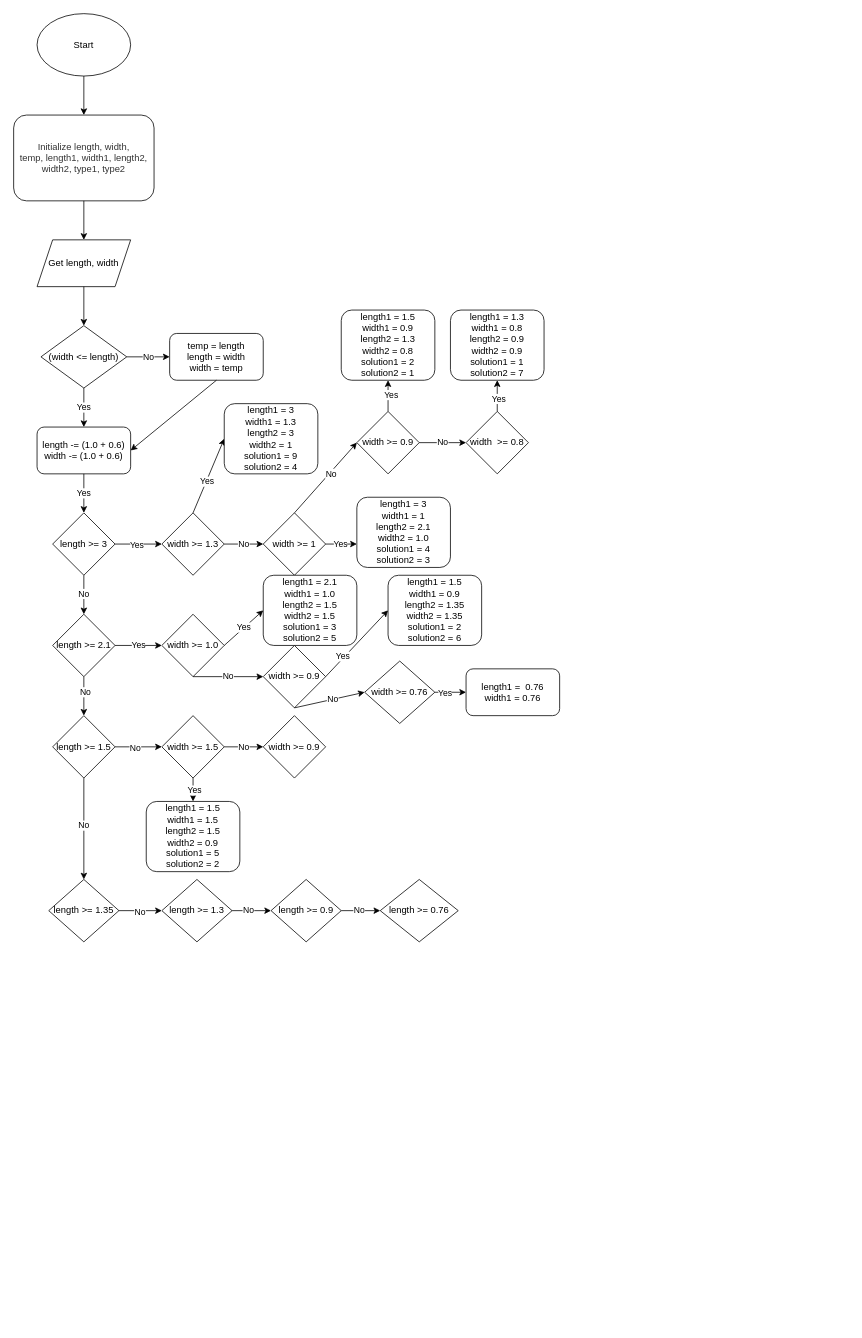
This is Untitled Diagram.drawio from rinsukiyo/CPT111-Assignment, a draw.io file, before an edit. Source tidied: cells renumbered, new cells numbered last; positions are measured from the earlier drawing's top-left corner, leaving out a move shared by most shapes. Both pictures are drawn from the tidied source at 78%, with x=0, y=0 at pixel (13, 13).
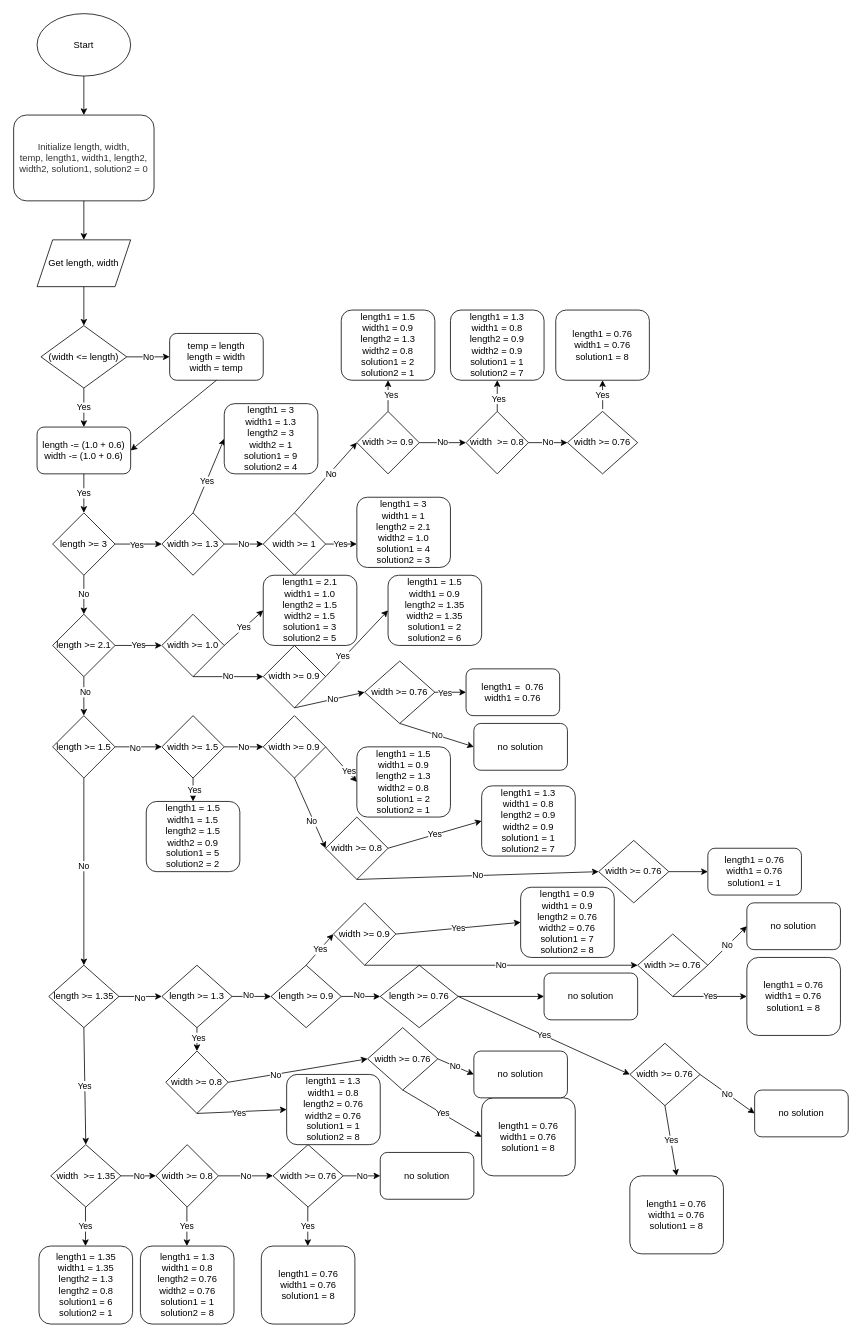
Above is the later version.

The change refers to these unchanged cells:
```xml
<mxCell id="56" value="width &amp;gt;= 0.76" style="rhombus;whiteSpace=wrap;html=1;" parent="1" vertex="1">
  <mxGeometry x="450" y="830" width="90" height="80" as="geometry" />
</mxCell>
<mxCell id="64" value="width &amp;gt;= 0.9" style="rhombus;whiteSpace=wrap;html=1;" parent="1" vertex="1">
  <mxGeometry x="320" y="900" width="80" height="80" as="geometry" />
</mxCell>
<mxCell id="72" value="width &amp;nbsp;&amp;gt;= 0.8" style="rhombus;whiteSpace=wrap;html=1;" parent="1" vertex="1">
  <mxGeometry x="580" y="510" width="80" height="80" as="geometry" />
</mxCell>
```

Diff of the diagram source:
```diff
@@
-    <mxCell id="3" value="&lt;span data-lucid-content=&quot;{&amp;#34;t&amp;#34;:&amp;#34;Initialize length, width, temp, length1, width1, length2, width2, type1, type2&amp;#34;,&amp;#34;m&amp;#34;:[{&amp;#34;s&amp;#34;:0,&amp;#34;n&amp;#34;:&amp;#34;a&amp;#34;,&amp;#34;v&amp;#34;:&amp;#34;center&amp;#34;},{&amp;#34;s&amp;#34;:0,&amp;#34;n&amp;#34;:&amp;#34;f&amp;#34;,&amp;#34;v&amp;#34;:&amp;#34;Liberation Serif&amp;#34;,&amp;#34;e&amp;#34;:78},{&amp;#34;s&amp;#34;:0,&amp;#34;n&amp;#34;:&amp;#34;c&amp;#34;,&amp;#34;v&amp;#34;:&amp;#34;333333ff&amp;#34;,&amp;#34;e&amp;#34;:78}]}&quot;&gt;&lt;span style=&quot;text-align: center ; color: rgb(51 , 51 , 51)&quot;&gt;Initialize length, width,&lt;br&gt;temp, length1, width1, length2, width2, type1, type2&lt;/span&gt;&lt;/span&gt;" style="rounded=1;whiteSpace=wrap;html=1;" parent="1" vertex="1">
+    <mxCell id="3" value="&lt;span data-lucid-content=&quot;{&amp;#34;t&amp;#34;:&amp;#34;Initialize length, width, temp, length1, width1, length2, width2, type1, type2&amp;#34;,&amp;#34;m&amp;#34;:[{&amp;#34;s&amp;#34;:0,&amp;#34;n&amp;#34;:&amp;#34;a&amp;#34;,&amp;#34;v&amp;#34;:&amp;#34;center&amp;#34;},{&amp;#34;s&amp;#34;:0,&amp;#34;n&amp;#34;:&amp;#34;f&amp;#34;,&amp;#34;v&amp;#34;:&amp;#34;Liberation Serif&amp;#34;,&amp;#34;e&amp;#34;:78},{&amp;#34;s&amp;#34;:0,&amp;#34;n&amp;#34;:&amp;#34;c&amp;#34;,&amp;#34;v&amp;#34;:&amp;#34;333333ff&amp;#34;,&amp;#34;e&amp;#34;:78}]}&quot;&gt;&lt;span style=&quot;text-align: center ; color: rgb(51 , 51 , 51)&quot;&gt;Initialize length, width,&lt;br&gt;temp, length1, width1, length2, width2, solution1, solution2 = 0&lt;/span&gt;&lt;/span&gt;" style="rounded=1;whiteSpace=wrap;html=1;" parent="1" vertex="1">
       <mxGeometry y="130" width="180" height="110" as="geometry" />
     </mxCell>
@@
     <mxCell id="29" value="length &amp;gt;= 1.35" style="rhombus;whiteSpace=wrap;html=1;" parent="1" vertex="1">
-      <mxGeometry x="45" y="1110" width="90" height="80" as="geometry" />
+      <mxGeometry x="45" y="1220" width="90" height="80" as="geometry" />
     </mxCell>
@@
     <mxCell id="32" value="length &amp;gt;= 1.3" style="rhombus;whiteSpace=wrap;html=1;" parent="1" vertex="1">
-      <mxGeometry x="190" y="1110" width="90" height="80" as="geometry" />
+      <mxGeometry x="190" y="1220" width="90" height="80" as="geometry" />
     </mxCell>
-    <mxCell id="33" style="endArrow=classic;html=1;rounded=0;exitX=1;exitY=0.5;exitDx=0;exitDy=0;" parent="1" edge="1" source="32" target="35">
+    <mxCell id="33" style="endArrow=classic;html=1;rounded=0;exitX=1;exitY=0.5;exitDx=0;exitDy=0;entryX=0;entryY=0.5;entryDx=0;entryDy=0;" parent="1" edge="1" source="32" target="35">
       <mxGeometry relative="1" as="geometry" />
     </mxCell>
@@
-    <mxCell id="35" value="length &amp;gt;= 0.9" style="rhombus;whiteSpace=wrap;html=1;" parent="1" vertex="1">
-      <mxGeometry x="330" y="1110" width="90" height="80" as="geometry" />
-    </mxCell>
-    <mxCell id="36" style="endArrow=classic;html=1;rounded=0;exitX=1;exitY=0.5;exitDx=0;exitDy=0;" parent="1" edge="1" source="35" target="38">
+    <mxCell id="36" style="endArrow=classic;html=1;rounded=0;exitX=1;exitY=0.5;exitDx=0;exitDy=0;entryX=0;entryY=0.5;entryDx=0;entryDy=0;" parent="1" edge="1" source="35" target="38">
       <mxGeometry relative="1" as="geometry" />
     </mxCell>
@@
     <mxCell id="38" value="length &amp;gt;= 0.76" style="rhombus;whiteSpace=wrap;html=1;" parent="1" vertex="1">
-      <mxGeometry x="470" y="1110" width="100" height="80" as="geometry" />
+      <mxGeometry x="470" y="1220" width="100" height="80" as="geometry" />
     </mxCell>
@@
+    <mxCell id="79" value="No" style="endArrow=classic;html=1;rounded=0;exitX=1;exitY=0.5;exitDx=0;exitDy=0;" parent="1" edge="1" source="72">
+      <mxGeometry relative="1" as="geometry">
+        <mxPoint x="710" y="550" as="targetPoint" />
+      </mxGeometry>
+    </mxCell>
+    <mxCell id="80" value="width &amp;gt;= 0.76" style="rhombus;whiteSpace=wrap;html=1;" parent="1" vertex="1">
+      <mxGeometry x="710" y="510" width="90" height="80" as="geometry" />
+    </mxCell>
+    <mxCell id="81" value="Yes" style="endArrow=classic;html=1;rounded=0;exitX=0.502;exitY=-0.039;exitDx=0;exitDy=0;exitPerimeter=0;" parent="1" edge="1" source="80">
+      <mxGeometry relative="1" as="geometry">
+        <mxPoint x="755" y="470" as="targetPoint" />
+      </mxGeometry>
+    </mxCell>
+    <mxCell id="82" value="length1 = 0.76&lt;br&gt;width1 = 0.76&lt;br&gt;solution1 = 8" style="rounded=1;whiteSpace=wrap;html=1;" parent="1" vertex="1">
+      <mxGeometry x="695" y="380" width="120" height="90" as="geometry" />
+    </mxCell>
+    <mxCell id="83" value="No" style="endArrow=classic;html=1;rounded=0;exitX=0.5;exitY=1;exitDx=0;exitDy=0;entryX=0;entryY=0.5;entryDx=0;entryDy=0;" parent="1" edge="1" source="56" target="84">
+      <mxGeometry relative="1" as="geometry" />
+    </mxCell>
+    <mxCell id="84" value="no solution" style="rounded=1;whiteSpace=wrap;html=1;" parent="1" vertex="1">
+      <mxGeometry x="590" y="910" width="120" height="60" as="geometry" />
+    </mxCell>
+    <mxCell id="85" value="width &amp;gt;= 0.8" style="rhombus;whiteSpace=wrap;html=1;" parent="1" vertex="1">
+      <mxGeometry x="400" y="1030" width="80" height="80" as="geometry" />
+    </mxCell>
+    <mxCell id="86" style="endArrow=classic;html=1;rounded=0;exitX=0.5;exitY=1;exitDx=0;exitDy=0;entryX=0;entryY=0.5;entryDx=0;entryDy=0;" parent="1" edge="1" source="64" target="85">
+      <mxGeometry relative="1" as="geometry" />
+    </mxCell>
+    <mxCell id="87" value="No" style="edgeLabel;html=1;align=center;verticalAlign=middle;" parent="86" vertex="1">
+      <mxGeometry x="0.19" y="-3" relative="1" as="geometry" />
+    </mxCell>
+    <mxCell id="88" value="length1 = 1.5&lt;br&gt;width1 = 0.9&lt;br&gt;length2 = 1.3&lt;br&gt;width2 = 0.8&lt;br&gt;solution1 = 2&lt;br&gt;solution2 = 1" style="rounded=1;whiteSpace=wrap;html=1;" parent="1" vertex="1">
+      <mxGeometry x="440" y="940" width="120" height="90" as="geometry" />
+    </mxCell>
+    <mxCell id="89" style="endArrow=classic;html=1;rounded=0;exitX=1;exitY=0.5;exitDx=0;exitDy=0;entryX=0;entryY=0.5;entryDx=0;entryDy=0;" parent="1" edge="1" source="64" target="88">
+      <mxGeometry relative="1" as="geometry" />
+    </mxCell>
+    <mxCell id="90" value="Yes" style="edgeLabel;html=1;align=center;verticalAlign=middle;" parent="89" vertex="1">
+      <mxGeometry x="0.39" y="2" relative="1" as="geometry" />
+    </mxCell>
+    <mxCell id="91" value="Yes" style="endArrow=classic;html=1;rounded=0;exitX=1;exitY=0.5;exitDx=0;exitDy=0;entryX=0;entryY=0.5;entryDx=0;entryDy=0;" parent="1" edge="1" source="85" target="92">
+      <mxGeometry relative="1" as="geometry" />
+    </mxCell>
+    <mxCell id="92" value="length1 = 1.3&lt;br&gt;width1 = 0.8&lt;br&gt;length2 = 0.9&lt;br&gt;width2 = 0.9&lt;br&gt;solution1 = 1&lt;br&gt;solution2 = 7" style="rounded=1;whiteSpace=wrap;html=1;" parent="1" vertex="1">
+      <mxGeometry x="600" y="990" width="120" height="90" as="geometry" />
+    </mxCell>
+    <mxCell id="93" value="No" style="endArrow=classic;html=1;rounded=0;exitX=0.5;exitY=1;exitDx=0;exitDy=0;" parent="1" edge="1" source="85">
+      <mxGeometry relative="1" as="geometry">
+        <mxPoint x="750" y="1100" as="targetPoint" />
+      </mxGeometry>
+    </mxCell>
+    <mxCell id="35" value="length &amp;gt;= 0.9" style="rhombus;whiteSpace=wrap;html=1;" parent="1" vertex="1">
+      <mxGeometry x="330" y="1220" width="90" height="80" as="geometry" />
+    </mxCell>
+    <mxCell id="94" value="width &amp;gt;= 0.76" style="rhombus;whiteSpace=wrap;html=1;" parent="1" vertex="1">
+      <mxGeometry x="750" y="1060" width="90" height="80" as="geometry" />
+    </mxCell>
+    <mxCell id="95" style="endArrow=classic;html=1;rounded=0;exitX=1;exitY=0.5;exitDx=0;exitDy=0;" parent="1" edge="1" source="94">
+      <mxGeometry relative="1" as="geometry">
+        <mxPoint x="890" y="1100" as="targetPoint" />
+      </mxGeometry>
+    </mxCell>
+    <mxCell id="96" value="length1 = 0.76&lt;br&gt;width1 = 0.76&lt;br&gt;solution1 = 1" style="rounded=1;whiteSpace=wrap;html=1;" parent="1" vertex="1">
+      <mxGeometry x="890" y="1070" width="120" height="60" as="geometry" />
+    </mxCell>
+    <mxCell id="97" value="Yes" style="endArrow=classic;html=1;rounded=0;exitX=0.5;exitY=1;exitDx=0;exitDy=0;entryX=0.5;entryY=0;entryDx=0;entryDy=0;" parent="1" edge="1" source="29" target="98">
+      <mxGeometry relative="1" as="geometry" />
+    </mxCell>
+    <mxCell id="98" value="width &amp;nbsp;&amp;gt;= 1.35" style="rhombus;whiteSpace=wrap;html=1;" parent="1" vertex="1">
+      <mxGeometry x="47.5" y="1450" width="90" height="80" as="geometry" />
+    </mxCell>
+    <mxCell id="99" value="No" style="endArrow=classic;html=1;rounded=0;exitX=1;exitY=0.5;exitDx=0;exitDy=0;" parent="1" edge="1" source="98">
+      <mxGeometry relative="1" as="geometry">
+        <mxPoint x="182.5" y="1490" as="targetPoint" />
+      </mxGeometry>
+    </mxCell>
+    <mxCell id="100" value="width &amp;gt;= 0.8" style="rhombus;whiteSpace=wrap;html=1;" parent="1" vertex="1">
+      <mxGeometry x="182.5" y="1450" width="80" height="80" as="geometry" />
+    </mxCell>
+    <mxCell id="101" value="width &amp;gt;= 0.76" style="rhombus;whiteSpace=wrap;html=1;" parent="1" vertex="1">
+      <mxGeometry x="332.5" y="1450" width="90" height="80" as="geometry" />
+    </mxCell>
+    <mxCell id="102" value="No" style="endArrow=classic;html=1;rounded=0;exitX=1;exitY=0.5;exitDx=0;exitDy=0;entryX=0;entryY=0.5;entryDx=0;entryDy=0;" parent="1" edge="1" source="100" target="101">
+      <mxGeometry relative="1" as="geometry" />
+    </mxCell>
+    <mxCell id="103" value="Yes" style="endArrow=classic;html=1;rounded=0;exitX=0.5;exitY=1;exitDx=0;exitDy=0;" parent="1" edge="1">
+      <mxGeometry relative="1" as="geometry">
+        <mxPoint x="92.1" y="1530" as="sourcePoint" />
+        <mxPoint x="92.1" y="1580" as="targetPoint" />
+      </mxGeometry>
+    </mxCell>
+    <mxCell id="104" value="length1 = 1.35&lt;br&gt;width1 = 1.35&lt;br&gt;length2 = 1.3&lt;br&gt;length2 = 0.8&lt;br&gt;solution1 = 6&lt;br&gt;solution2 = 1" style="rounded=1;whiteSpace=wrap;html=1;" parent="1" vertex="1">
+      <mxGeometry x="32.5" y="1580" width="120" height="100" as="geometry" />
+    </mxCell>
+    <mxCell id="105" value="Yes" style="endArrow=classic;html=1;rounded=0;exitX=0.5;exitY=1;exitDx=0;exitDy=0;" parent="1" edge="1">
+      <mxGeometry relative="1" as="geometry">
+        <mxPoint x="222.1" y="1530" as="sourcePoint" />
+        <mxPoint x="222.1" y="1580" as="targetPoint" />
+      </mxGeometry>
+    </mxCell>
+    <mxCell id="106" value="length1 = 1.3&lt;br&gt;width1 = 0.8&lt;br&gt;length2 = 0.76&lt;br&gt;width2 = 0.76&lt;br&gt;solution1 = 1&lt;br&gt;solution2 = 8" style="rounded=1;whiteSpace=wrap;html=1;" parent="1" vertex="1">
+      <mxGeometry x="162.5" y="1580" width="120" height="100" as="geometry" />
+    </mxCell>
+    <mxCell id="107" value="Yes" style="endArrow=classic;html=1;rounded=0;exitX=0.5;exitY=1;exitDx=0;exitDy=0;" parent="1" edge="1">
+      <mxGeometry relative="1" as="geometry">
+        <mxPoint x="377.1" y="1530" as="sourcePoint" />
+        <mxPoint x="377.1" y="1580" as="targetPoint" />
+      </mxGeometry>
+    </mxCell>
+    <mxCell id="108" value="length1 = 0.76&lt;br&gt;width1 = 0.76&lt;br&gt;solution1 = 8" style="rounded=1;whiteSpace=wrap;html=1;" parent="1" vertex="1">
+      <mxGeometry x="317.5" y="1580" width="120" height="100" as="geometry" />
+    </mxCell>
+    <mxCell id="109" value="no solution" style="rounded=1;whiteSpace=wrap;html=1;" parent="1" vertex="1">
+      <mxGeometry x="470" y="1460" width="120" height="60" as="geometry" />
+    </mxCell>
+    <mxCell id="110" value="No" style="endArrow=classic;html=1;rounded=0;exitX=1;exitY=0.5;exitDx=0;exitDy=0;entryX=0;entryY=0.5;entryDx=0;entryDy=0;" parent="1" edge="1" source="101" target="109">
+      <mxGeometry relative="1" as="geometry" />
+    </mxCell>
+    <mxCell id="111" style="endArrow=classic;html=1;rounded=0;exitX=0.5;exitY=1;exitDx=0;exitDy=0;" parent="1" edge="1" source="32">
+      <mxGeometry relative="1" as="geometry">
+        <mxPoint x="235" y="1330" as="targetPoint" />
+      </mxGeometry>
+    </mxCell>
+    <mxCell id="112" value="Yes" style="edgeLabel;html=1;align=center;verticalAlign=middle;" parent="111" vertex="1">
+      <mxGeometry x="-0.18" y="1" relative="1" as="geometry" />
+    </mxCell>
+    <mxCell id="113" value="width &amp;gt;= 0.8" style="rhombus;whiteSpace=wrap;html=1;" parent="1" vertex="1">
+      <mxGeometry x="195" y="1330" width="80" height="80" as="geometry" />
+    </mxCell>
+    <mxCell id="114" style="endArrow=classic;html=1;rounded=0;exitX=0.5;exitY=1;exitDx=0;exitDy=0;entryX=0;entryY=0.5;entryDx=0;entryDy=0;" parent="1" edge="1" source="113" target="116">
+      <mxGeometry relative="1" as="geometry" />
+    </mxCell>
+    <mxCell id="115" value="Yes" style="edgeLabel;html=1;align=center;verticalAlign=middle;" parent="114" vertex="1">
+      <mxGeometry x="-0.08" y="-2" relative="1" as="geometry" />
+    </mxCell>
+    <mxCell id="116" value="length1 = 1.3&lt;br&gt;width1 = 0.8&lt;br&gt;length2 = 0.76&lt;br&gt;width2 = 0.76&lt;br&gt;solution1 = 1&lt;br&gt;solution2 = 8" style="rounded=1;whiteSpace=wrap;html=1;" parent="1" vertex="1">
+      <mxGeometry x="350" y="1360" width="120" height="90" as="geometry" />
+    </mxCell>
+    <mxCell id="117" value="width &amp;gt;= 0.76" style="rhombus;whiteSpace=wrap;html=1;" parent="1" vertex="1">
+      <mxGeometry x="453.8" y="1300" width="90" height="80" as="geometry" />
+    </mxCell>
+    <mxCell id="118" value="Yes" style="endArrow=classic;html=1;rounded=0;exitX=0.5;exitY=1;exitDx=0;exitDy=0;entryX=0;entryY=0.5;entryDx=0;entryDy=0;" parent="1" edge="1" source="117" target="119">
+      <mxGeometry relative="1" as="geometry" />
+    </mxCell>
+    <mxCell id="119" value="length1 = 0.76&lt;br&gt;width1 = 0.76&lt;br&gt;solution1 = 8" style="rounded=1;whiteSpace=wrap;html=1;" parent="1" vertex="1">
+      <mxGeometry x="600" y="1390" width="120" height="100" as="geometry" />
+    </mxCell>
+    <mxCell id="120" value="no solution" style="rounded=1;whiteSpace=wrap;html=1;" parent="1" vertex="1">
+      <mxGeometry x="590" y="1330" width="120" height="60" as="geometry" />
+    </mxCell>
+    <mxCell id="121" style="endArrow=classic;html=1;rounded=0;exitX=1;exitY=0.5;exitDx=0;exitDy=0;entryX=0;entryY=0.5;entryDx=0;entryDy=0;" parent="1" edge="1" source="117" target="120">
+      <mxGeometry relative="1" as="geometry" />
+    </mxCell>
+    <mxCell id="122" value="No" style="edgeLabel;html=1;align=center;verticalAlign=middle;" parent="121" vertex="1">
+      <mxGeometry x="-0.05" relative="1" as="geometry" />
+    </mxCell>
+    <mxCell id="123" style="endArrow=classic;html=1;rounded=0;exitX=1;exitY=0.5;exitDx=0;exitDy=0;entryX=0;entryY=0.5;entryDx=0;entryDy=0;" parent="1" edge="1" source="113" target="117">
+      <mxGeometry relative="1" as="geometry" />
+    </mxCell>
+    <mxCell id="124" value="No" style="edgeLabel;html=1;align=center;verticalAlign=middle;" parent="123" vertex="1">
+      <mxGeometry x="-0.33" y="-1" relative="1" as="geometry" />
+    </mxCell>
+    <mxCell id="125" value="Yes" style="endArrow=classic;html=1;rounded=0;exitX=0.5;exitY=0;exitDx=0;exitDy=0;entryX=0;entryY=0.5;entryDx=0;entryDy=0;" parent="1" edge="1" source="35" target="126">
+      <mxGeometry relative="1" as="geometry" />
+    </mxCell>
+    <mxCell id="126" value="width &amp;gt;= 0.9" style="rhombus;whiteSpace=wrap;html=1;" parent="1" vertex="1">
+      <mxGeometry x="410" y="1140" width="80" height="80" as="geometry" />
+    </mxCell>
+    <mxCell id="127" value="length1 = 0.9&lt;br&gt;width1 = 0.9&lt;br&gt;length2 = 0.76&lt;br&gt;width2 = 0.76&lt;br&gt;solution1 = 7&lt;br&gt;solution2 = 8" style="rounded=1;whiteSpace=wrap;html=1;" parent="1" vertex="1">
+      <mxGeometry x="650" y="1120" width="120" height="90" as="geometry" />
+    </mxCell>
+    <mxCell id="128" value="No" style="endArrow=classic;html=1;rounded=0;entryX=0;entryY=0.5;entryDx=0;entryDy=0;exitX=0.5;exitY=1;exitDx=0;exitDy=0;" parent="1" edge="1" source="126" target="129">
+      <mxGeometry relative="1" as="geometry" />
+    </mxCell>
+    <mxCell id="129" value="width &amp;gt;= 0.76" style="rhombus;whiteSpace=wrap;html=1;" parent="1" vertex="1">
+      <mxGeometry x="800" y="1180" width="90" height="80" as="geometry" />
+    </mxCell>
+    <mxCell id="130" value="Yes" style="endArrow=classic;html=1;rounded=0;exitX=0.5;exitY=1;exitDx=0;exitDy=0;entryX=0;entryY=0.5;entryDx=0;entryDy=0;" parent="1" edge="1" source="129" target="131">
+      <mxGeometry relative="1" as="geometry" />
+    </mxCell>
+    <mxCell id="131" value="length1 = 0.76&lt;br&gt;width1 = 0.76&lt;br&gt;solution1 = 8" style="rounded=1;whiteSpace=wrap;html=1;" parent="1" vertex="1">
+      <mxGeometry x="940" y="1210" width="120" height="100" as="geometry" />
+    </mxCell>
+    <mxCell id="132" value="no solution" style="rounded=1;whiteSpace=wrap;html=1;" parent="1" vertex="1">
+      <mxGeometry x="940" y="1140" width="120" height="60" as="geometry" />
+    </mxCell>
+    <mxCell id="133" value="No" style="endArrow=classic;html=1;rounded=0;exitX=1;exitY=0.5;exitDx=0;exitDy=0;entryX=0;entryY=0.5;entryDx=0;entryDy=0;" parent="1" edge="1" source="129" target="132">
+      <mxGeometry relative="1" as="geometry" />
+    </mxCell>
+    <mxCell id="134" value="Yes" style="endArrow=classic;html=1;rounded=0;exitX=1;exitY=0.5;exitDx=0;exitDy=0;entryX=0;entryY=0.5;entryDx=0;entryDy=0;" parent="1" edge="1" source="126" target="127">
+      <mxGeometry relative="1" as="geometry" />
+    </mxCell>
+    <mxCell id="135" value="width &amp;gt;= 0.76" style="rhombus;whiteSpace=wrap;html=1;" parent="1" vertex="1">
+      <mxGeometry x="790" y="1320" width="90" height="80" as="geometry" />
+    </mxCell>
+    <mxCell id="136" value="Yes" style="endArrow=classic;html=1;rounded=0;exitX=0.5;exitY=1;exitDx=0;exitDy=0;entryX=0.5;entryY=0;entryDx=0;entryDy=0;" parent="1" edge="1" source="135" target="137">
+      <mxGeometry relative="1" as="geometry" />
+    </mxCell>
+    <mxCell id="137" value="length1 = 0.76&lt;br&gt;width1 = 0.76&lt;br&gt;solution1 = 8" style="rounded=1;whiteSpace=wrap;html=1;" parent="1" vertex="1">
+      <mxGeometry x="790" y="1490" width="120" height="100" as="geometry" />
+    </mxCell>
+    <mxCell id="138" value="no solution" style="rounded=1;whiteSpace=wrap;html=1;" parent="1" vertex="1">
+      <mxGeometry x="950" y="1380" width="120" height="60" as="geometry" />
+    </mxCell>
+    <mxCell id="139" value="No" style="endArrow=classic;html=1;rounded=0;exitX=1;exitY=0.5;exitDx=0;exitDy=0;entryX=0;entryY=0.5;entryDx=0;entryDy=0;" parent="1" edge="1" source="135" target="138">
+      <mxGeometry relative="1" as="geometry" />
+    </mxCell>
+    <mxCell id="140" value="Yes" style="endArrow=classic;html=1;rounded=0;exitX=1;exitY=0.5;exitDx=0;exitDy=0;entryX=0;entryY=0.5;entryDx=0;entryDy=0;" parent="1" edge="1" source="38" target="135">
+      <mxGeometry relative="1" as="geometry" />
+    </mxCell>
+    <mxCell id="141" value="no solution" style="rounded=1;whiteSpace=wrap;html=1;" parent="1" vertex="1">
+      <mxGeometry x="680" y="1230" width="120" height="60" as="geometry" />
+    </mxCell>
+    <mxCell id="142" style="endArrow=classic;html=1;rounded=0;exitX=1;exitY=0.5;exitDx=0;exitDy=0;entryX=0;entryY=0.5;entryDx=0;entryDy=0;" parent="1" edge="1" source="38" target="141">
+      <mxGeometry relative="1" as="geometry" />
+    </mxCell>
```
